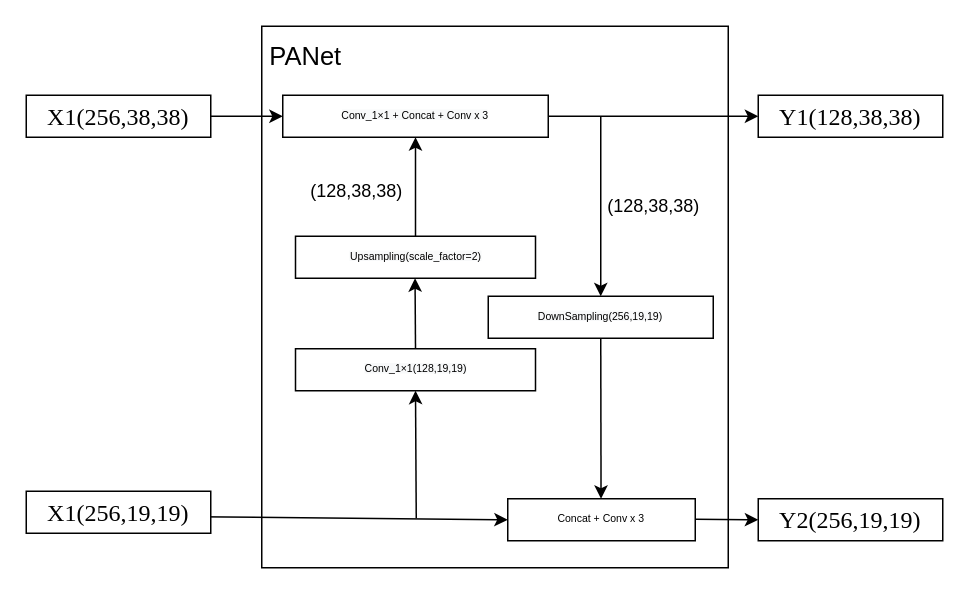
Before: pan详细.drawio in zjie134/blog_pic, a draw.io diagram. Source tidied: cells renumbered, new cells numbered last; positions are measured from the earlier drawing's top-left corner, leaving out a move shared by most shapes. Both pictures are drawn from the tidied source at 150%, with x=0, y=0 at pixel (26, 26).
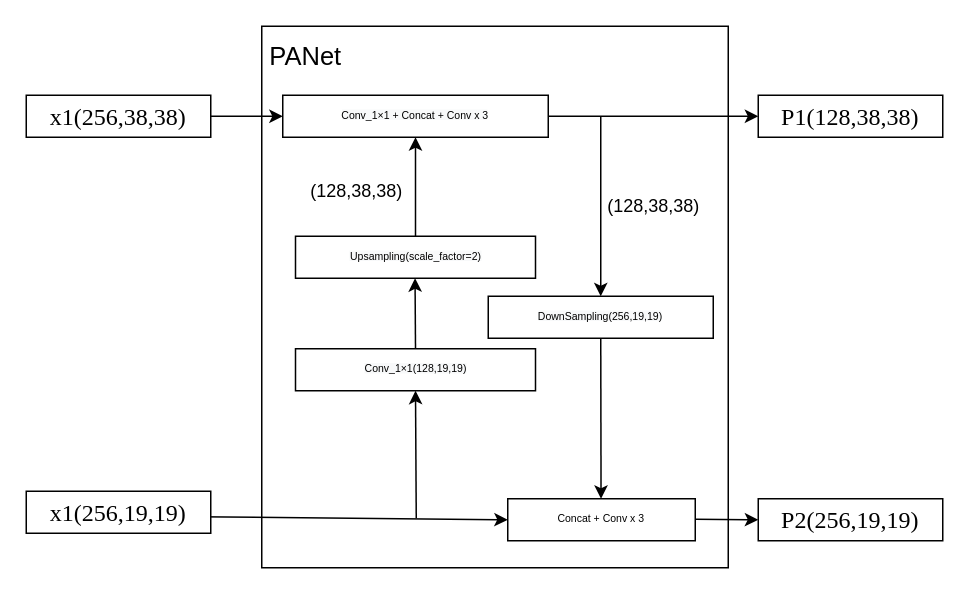
Above is the later version.

Diff of the diagram source:
```diff
@@
-    <mxCell id="17" value="&lt;span style=&quot;font-family: &amp;#34;times new roman&amp;#34; ; font-size: 16px&quot;&gt;X1(256,38,38)&lt;/span&gt;" style="rounded=0;whiteSpace=wrap;html=1;strokeWidth=1;fontSize=7;" parent="1" vertex="1">
+    <mxCell id="17" value="&lt;span style=&quot;font-family: &amp;#34;times new roman&amp;#34; ; font-size: 16px&quot;&gt;x1(256,38,38)&lt;/span&gt;" style="rounded=0;whiteSpace=wrap;html=1;strokeWidth=1;fontSize=7;" parent="1" vertex="1">
       <mxGeometry y="46" width="123" height="28" as="geometry" />
     </mxCell>
-    <mxCell id="18" value="&lt;span style=&quot;font-family: &amp;#34;times new roman&amp;#34; ; font-size: 16px&quot;&gt;X1(256,19,19)&lt;/span&gt;" style="rounded=0;whiteSpace=wrap;html=1;strokeWidth=1;fontSize=7;" parent="1" vertex="1">
+    <mxCell id="18" value="&lt;span style=&quot;font-family: &amp;#34;times new roman&amp;#34; ; font-size: 16px&quot;&gt;x1(256,19,19)&lt;/span&gt;" style="rounded=0;whiteSpace=wrap;html=1;strokeWidth=1;fontSize=7;" parent="1" vertex="1">
       <mxGeometry y="310" width="123" height="28" as="geometry" />
     </mxCell>
-    <mxCell id="19" value="&lt;span style=&quot;font-family: &amp;#34;times new roman&amp;#34; ; font-size: 16px&quot;&gt;Y1(128,38,38)&lt;/span&gt;" style="rounded=0;whiteSpace=wrap;html=1;strokeWidth=1;fontSize=7;" parent="1" vertex="1">
+    <mxCell id="19" value="&lt;span style=&quot;font-family: &amp;#34;times new roman&amp;#34; ; font-size: 16px&quot;&gt;P1(128,38,38)&lt;/span&gt;" style="rounded=0;whiteSpace=wrap;html=1;strokeWidth=1;fontSize=7;" parent="1" vertex="1">
       <mxGeometry x="488" y="46" width="123" height="28" as="geometry" />
     </mxCell>
@@
-    <mxCell id="23" value="&lt;span style=&quot;font-family: &amp;#34;times new roman&amp;#34; ; font-size: 16px&quot;&gt;Y2(256,19,19)&lt;/span&gt;" style="rounded=0;whiteSpace=wrap;html=1;strokeWidth=1;fontSize=7;" parent="1" vertex="1">
+    <mxCell id="23" value="&lt;span style=&quot;font-family: &amp;#34;times new roman&amp;#34; ; font-size: 16px&quot;&gt;P2(256,19,19)&lt;/span&gt;" style="rounded=0;whiteSpace=wrap;html=1;strokeWidth=1;fontSize=7;" parent="1" vertex="1">
       <mxGeometry x="488" y="315" width="123" height="28" as="geometry" />
     </mxCell>
```
